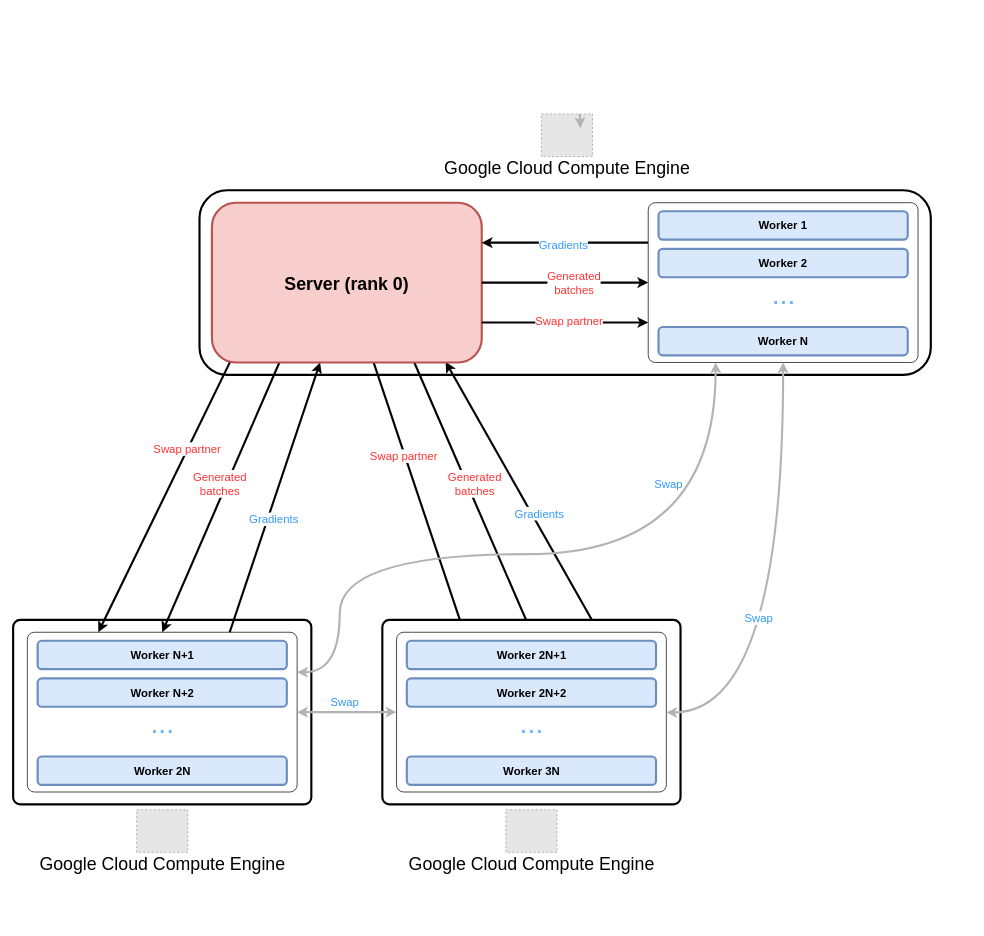
owengombas/distributed-gan keeps this draw.io diagram as report/images/architecture.drawio. Above is the earlier version. Source tidied: cells renumbered, new cells numbered last; positions are measured from the earlier drawing's top-left corner, leaving out a move shared by most shapes. Both pictures are drawn from the tidied source at 71%, with x=0, y=0 at pixel (13, 114). Pictures stored in the file or linked from it are replaced by grey dashed boxes.
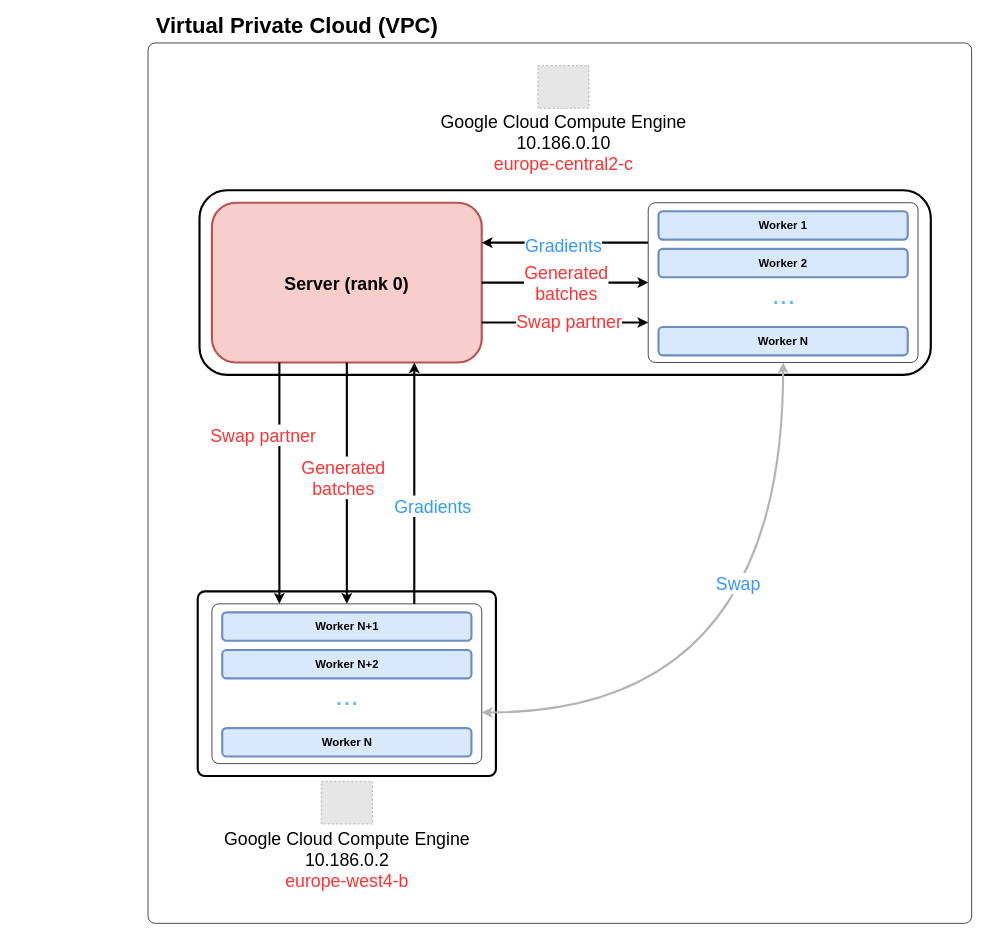
Above is the later version.

The change refers to these unchanged cells:
```xml
<mxCell id="38" value="&lt;b style=&quot;&quot;&gt;&lt;font style=&quot;font-size: 25px;&quot;&gt;Server (rank 0)&lt;/font&gt;&lt;/b&gt;" style="rounded=1;whiteSpace=wrap;html=1;strokeWidth=3;fillColor=#f8cecc;strokeColor=#b85450;fontSize=16;" parent="37" vertex="1">
  <mxGeometry width="380" height="225" as="geometry" />
</mxCell>
<mxCell id="39" style="edgeStyle=none;html=1;strokeWidth=3;fontSize=16;fontColor=#FF0000;startArrow=none;startFill=0;exitX=0;exitY=0.25;exitDx=0;exitDy=0;entryX=1;entryY=0.25;entryDx=0;entryDy=0;" parent="37" edge="1" source="46" target="38">
  <mxGeometry relative="1" as="geometry" />
</mxCell>
<mxCell id="41" style="edgeStyle=none;html=1;strokeWidth=3;fontSize=16;fontColor=#FF0000;startArrow=none;startFill=0;exitX=1;exitY=0.5;exitDx=0;exitDy=0;" parent="37" edge="1" source="38" target="46">
  <mxGeometry relative="1" as="geometry" />
</mxCell>
<mxCell id="43" style="edgeStyle=none;html=1;strokeWidth=3;fontSize=16;fontColor=#FF0000;startArrow=none;startFill=0;entryX=0;entryY=0.75;entryDx=0;entryDy=0;exitX=1;exitY=0.75;exitDx=0;exitDy=0;" parent="37" edge="1" source="38" target="46">
  <mxGeometry relative="1" as="geometry" />
</mxCell>
<mxCell id="46" style="rounded=1;whiteSpace=wrap;html=1;strokeWidth=1;fontSize=16;strokeColor=default;absoluteArcSize=1;" parent="45" vertex="1">
  <mxGeometry width="380" height="225" as="geometry" />
</mxCell>
<mxCell id="52" style="rounded=1;whiteSpace=wrap;html=1;strokeWidth=1;fontSize=16;strokeColor=default;absoluteArcSize=1;" parent="51" vertex="1">
  <mxGeometry width="380" height="225" as="geometry" />
</mxCell>
<mxCell id="57" style="edgeStyle=orthogonalEdgeStyle;html=1;fontSize=16;fontColor=#FF0000;startArrow=classic;startFill=1;strokeWidth=3;strokeColor=#B3B3B3;exitX=0.5;exitY=1;exitDx=0;exitDy=0;curved=1;" parent="1" edge="1" source="46" target="52">
  <mxGeometry relative="1" as="geometry">
    <Array as="points">
      <mxPoint x="1085" y="843" />
    </Array>
  </mxGeometry>
</mxCell>
```

The edit, as a diff of the source:
```diff
@@
+    <mxCell id="61" style="rounded=1;whiteSpace=wrap;html=1;fontSize=21;fontColor=#FF3333;imageAspect=1;absoluteArcSize=1;" parent="1" vertex="1">
+      <mxGeometry x="190" y="-100" width="1160" height="1240" as="geometry" />
+    </mxCell>
@@
-    <mxCell id="3" style="group;absoluteArcSize=1;" parent="1" vertex="1">
-      <mxGeometry x="190" y="710" width="230" height="262.5" as="geometry" />
-    </mxCell>
-    <mxCell id="4" style="rounded=1;whiteSpace=wrap;html=1;strokeWidth=3;absoluteArcSize=1;" parent="3" vertex="1">
-      <mxGeometry x="-190" y="2.5" width="420" height="260" as="geometry" />
-    </mxCell>
-    <mxCell id="5" style="group;" parent="3" vertex="1">
-      <mxGeometry x="-170" y="20" width="380" height="225" as="geometry" />
-    </mxCell>
-    <mxCell id="6" style="rounded=1;whiteSpace=wrap;html=1;strokeWidth=1;fontSize=16;strokeColor=default;absoluteArcSize=1;" parent="5" vertex="1">
-      <mxGeometry width="380" height="225" as="geometry" />
-    </mxCell>
-    <mxCell id="7" value="&lt;b&gt;Worker N+1&lt;/b&gt;" style="rounded=1;whiteSpace=wrap;html=1;strokeWidth=3;fillColor=#dae8fc;strokeColor=#6c8ebf;fontSize=16;" parent="5" vertex="1">
-      <mxGeometry x="14.5" y="12" width="351" height="40" as="geometry" />
-    </mxCell>
-    <mxCell id="8" value="&lt;b style=&quot;border-color: var(--border-color);&quot;&gt;Worker N+2&lt;/b&gt;" style="rounded=1;whiteSpace=wrap;html=1;strokeWidth=3;fillColor=#dae8fc;strokeColor=#6c8ebf;fontSize=16;" parent="5" vertex="1">
-      <mxGeometry x="14.5" y="65" width="351" height="40" as="geometry" />
-    </mxCell>
-    <mxCell id="9" value="&lt;b&gt;Worker 2N&lt;/b&gt;" style="rounded=1;whiteSpace=wrap;html=1;strokeWidth=3;fillColor=#dae8fc;strokeColor=#6c8ebf;fontSize=16;" parent="5" vertex="1">
-      <mxGeometry x="14.5" y="175" width="351" height="40" as="geometry" />
-    </mxCell>
-    <mxCell id="10" value="..." style="text;html=1;align=center;verticalAlign=middle;strokeColor=none;fillColor=none;fontSize=40;fontColor=#66B2FF;" parent="5" vertex="1">
-      <mxGeometry x="160" y="98" width="60" height="60" as="geometry" />
-    </mxCell>
-    <mxCell id="11" style="edgeStyle=none;html=1;strokeWidth=3;fontSize=16;fontColor=#FF0000;startArrow=none;startFill=0;exitX=0.75;exitY=0;exitDx=0;exitDy=0;" parent="1" edge="1" source="6" target="38">
-      <mxGeometry relative="1" as="geometry" />
-    </mxCell>
-    <mxCell id="12" value="&lt;font color=&quot;#3399ff&quot;&gt;Gradients&lt;/font&gt;" style="edgeLabel;html=1;align=center;verticalAlign=middle;fontSize=16;fontColor=#FF3333;" parent="11" vertex="1">
-      <mxGeometry x="0.02" y="3" relative="1" as="geometry">
-        <mxPoint y="35" as="offset" />
-      </mxGeometry>
-    </mxCell>
-    <mxCell id="13" style="edgeStyle=none;html=1;strokeWidth=3;fontSize=16;fontColor=#FF0000;startArrow=none;startFill=0;" parent="1" edge="1">
-      <mxGeometry relative="1" as="geometry">
-        <mxPoint x="310" y="340" as="sourcePoint" />
-        <mxPoint x="120" y="730" as="targetPoint" />
-      </mxGeometry>
-    </mxCell>
-    <mxCell id="14" value="Swap partner" style="edgeLabel;html=1;align=center;verticalAlign=middle;fontSize=16;fontColor=#FF3333;" parent="13" vertex="1">
-      <mxGeometry x="0.04" y="2" relative="1" as="geometry">
-        <mxPoint x="32" y="-73" as="offset" />
-      </mxGeometry>
-    </mxCell>
-    <mxCell id="15" style="edgeStyle=none;html=1;strokeWidth=3;fontSize=16;fontColor=#FF0000;startArrow=none;startFill=0;exitX=0.25;exitY=1;exitDx=0;exitDy=0;" parent="1" edge="1" source="38">
-      <mxGeometry relative="1" as="geometry">
-        <mxPoint x="210" y="730" as="targetPoint" />
-      </mxGeometry>
-    </mxCell>
-    <mxCell id="16" value="Generated&lt;br&gt;batches" style="edgeLabel;html=1;align=center;verticalAlign=middle;fontSize=16;fontColor=#FF3333;" parent="15" vertex="1">
-      <mxGeometry x="0.1" relative="1" as="geometry">
-        <mxPoint x="6" y="-39" as="offset" />
-      </mxGeometry>
-    </mxCell>
     <mxCell id="17" style="group;" parent="1" vertex="1">
-      <mxGeometry x="685" width="280" height="95" as="geometry" />
+      <mxGeometry x="680" y="-30" width="280" height="180" as="geometry" />
     </mxCell>
     <mxCell id="18" style="fillColor=#E6E6E6;strokeColor=#999999;dashed=1;verticalLabelPosition=bottom;labelBackgroundColor=default;verticalAlign=top;" parent="17" vertex="1">
-      <mxGeometry x="59" width="72" height="60" as="geometry" />
+      <mxGeometry x="59" y="-38" width="72" height="60" as="geometry" />
     </mxCell>
-    <mxCell id="19" value="&lt;font style=&quot;font-size: 25px;&quot;&gt;Google Cloud Compute Engine&lt;/font&gt;" style="text;html=1;align=center;verticalAlign=middle;strokeColor=none;fillColor=none;" parent="17" vertex="1">
-      <mxGeometry x="-90" y="55" width="370" height="40" as="geometry" />
+    <mxCell id="19" value="&lt;font style=&quot;font-size: 25px;&quot;&gt;Google Cloud Compute Engine&lt;br&gt;10.186.0.10&lt;br&gt;&lt;font color=&quot;#ff3333&quot;&gt;europe-central2-c&lt;br&gt;&lt;/font&gt;&lt;br&gt;&lt;/font&gt;" style="text;html=1;align=center;verticalAlign=middle;strokeColor=none;fillColor=none;" parent="17" vertex="1">
+      <mxGeometry x="-90" y="20" width="370" height="130" as="geometry" />
     </mxCell>
-    <mxCell id="20" style="edgeStyle=orthogonalEdgeStyle;curved=1;html=1;exitX=0.75;exitY=0;exitDx=0;exitDy=0;entryX=0.764;entryY=0.333;entryDx=0;entryDy=0;entryPerimeter=0;strokeColor=#B3B3B3;strokeWidth=3;fontSize=16;fontColor=#0000FF;startArrow=none;startFill=0;" parent="17" edge="1" source="18" target="18">
-      <mxGeometry relative="1" as="geometry" />
-    </mxCell>
     <mxCell id="21" style="group;" parent="1" vertex="1">
-      <mxGeometry x="710" y="710" width="230" height="365" as="geometry" />
+      <mxGeometry x="450" y="670" width="230" height="395" as="geometry" />
     </mxCell>
     <mxCell id="22" style="group;" parent="21" vertex="1">
-      <mxGeometry x="-75" y="270" width="280" height="95" as="geometry" />
+      <mxGeometry x="-75" y="270" width="280" height="125" as="geometry" />
     </mxCell>
@@
-    <mxCell id="24" value="&lt;font style=&quot;font-size: 25px;&quot;&gt;Google Cloud Compute Engine&lt;/font&gt;" style="text;html=1;align=center;verticalAlign=middle;strokeColor=none;fillColor=none;" parent="22" vertex="1">
-      <mxGeometry x="-90" y="55" width="370" height="40" as="geometry" />
-    </mxCell>
-    <mxCell id="25" style="edgeStyle=none;html=1;strokeWidth=3;fontSize=16;fontColor=#FF0000;startArrow=none;startFill=0;exitX=0.75;exitY=0;exitDx=0;exitDy=0;entryX=0.866;entryY=0.996;entryDx=0;entryDy=0;entryPerimeter=0;" parent="1" edge="1" target="38">
-      <mxGeometry relative="1" as="geometry">
-        <mxPoint x="825" y="730" as="sourcePoint" />
-      </mxGeometry>
-    </mxCell>
-    <mxCell id="26" value="&lt;font color=&quot;#3399ff&quot;&gt;Gradients&lt;/font&gt;" style="edgeLabel;html=1;align=center;verticalAlign=middle;fontSize=16;fontColor=#FF3333;" parent="25" vertex="1">
-      <mxGeometry x="0.02" y="3" relative="1" as="geometry">
-        <mxPoint x="28" y="25" as="offset" />
-      </mxGeometry>
-    </mxCell>
-    <mxCell id="27" style="edgeStyle=none;html=1;strokeWidth=3;fontSize=16;fontColor=#FF0000;startArrow=none;startFill=0;entryX=0.25;entryY=0;entryDx=0;entryDy=0;" parent="1" edge="1" source="38">
-      <mxGeometry relative="1" as="geometry">
-        <mxPoint x="635" y="730" as="targetPoint" />
-      </mxGeometry>
-    </mxCell>
-    <mxCell id="28" value="Swap partner" style="edgeLabel;html=1;align=center;verticalAlign=middle;fontSize=16;fontColor=#FF3333;" parent="27" vertex="1">
-      <mxGeometry x="0.04" y="2" relative="1" as="geometry">
-        <mxPoint x="-26" y="-65" as="offset" />
-      </mxGeometry>
-    </mxCell>
-    <mxCell id="29" style="edgeStyle=none;html=1;strokeWidth=3;fontSize=16;fontColor=#FF0000;startArrow=none;startFill=0;exitX=0.75;exitY=1;exitDx=0;exitDy=0;" parent="1" edge="1" source="38">
-      <mxGeometry relative="1" as="geometry">
-        <mxPoint x="730" y="730" as="targetPoint" />
-      </mxGeometry>
-    </mxCell>
-    <mxCell id="30" value="Generated&lt;br&gt;batches" style="edgeLabel;html=1;align=center;verticalAlign=middle;fontSize=16;fontColor=#FF3333;" parent="29" vertex="1">
-      <mxGeometry x="0.1" relative="1" as="geometry">
-        <mxPoint x="-6" y="-39" as="offset" />
-      </mxGeometry>
-    </mxCell>
-    <mxCell id="31" style="group;" parent="1" vertex="1">
-      <mxGeometry x="115" y="980" width="280" height="95" as="geometry" />
-    </mxCell>
-    <mxCell id="32" style="fillColor=#E6E6E6;strokeColor=#999999;dashed=1;verticalLabelPosition=bottom;labelBackgroundColor=default;verticalAlign=top;" parent="31" vertex="1">
-      <mxGeometry x="59" width="72" height="60" as="geometry" />
-    </mxCell>
-    <mxCell id="33" value="&lt;font style=&quot;font-size: 25px;&quot;&gt;Google Cloud Compute Engine&lt;/font&gt;" style="text;html=1;align=center;verticalAlign=middle;strokeColor=none;fillColor=none;" parent="31" vertex="1">
-      <mxGeometry x="-90" y="55" width="370" height="40" as="geometry" />
-    </mxCell>
-    <mxCell id="34" style="edgeStyle=orthogonalEdgeStyle;html=1;fontSize=16;fontColor=#FF0000;startArrow=classic;startFill=1;strokeWidth=3;strokeColor=#B3B3B3;exitX=0.25;exitY=1;exitDx=0;exitDy=0;curved=1;entryX=1;entryY=0.25;entryDx=0;entryDy=0;" parent="1" edge="1" source="46" target="6">
-      <mxGeometry relative="1" as="geometry">
-        <Array as="points">
-          <mxPoint x="990" y="620" />
-          <mxPoint x="460" y="620" />
-          <mxPoint x="460" y="786" />
-        </Array>
-      </mxGeometry>
-    </mxCell>
-    <mxCell id="35" value="Swap" style="edgeLabel;html=1;align=center;verticalAlign=middle;fontSize=16;fontColor=#3399FF;" parent="34" vertex="1">
-      <mxGeometry x="0.18" y="-2" relative="1" as="geometry">
-        <mxPoint x="268" y="-98" as="offset" />
-      </mxGeometry>
-    </mxCell>
     <mxCell id="36" style="rounded=1;whiteSpace=wrap;html=1;strokeWidth=3;absoluteArcSize=1;" parent="1" vertex="1">
-      <mxGeometry x="520" y="712.5" width="420" height="260" as="geometry" />
+      <mxGeometry x="260" y="672.5" width="420" height="260" as="geometry" />
     </mxCell>
@@
-    <mxCell id="40" value="&lt;font color=&quot;#3399ff&quot;&gt;Gradients&lt;/font&gt;" style="edgeLabel;html=1;align=center;verticalAlign=middle;fontSize=16;fontColor=#FF3333;" parent="39" vertex="1">
+    <mxCell id="40" value="&lt;font color=&quot;#3399ff&quot; style=&quot;font-size: 25px;&quot;&gt;Gradients&lt;/font&gt;" style="edgeLabel;html=1;align=center;verticalAlign=middle;fontSize=25;fontColor=#FF3333;" parent="39" vertex="1">
       <mxGeometry x="0.02" y="3" relative="1" as="geometry" />
     </mxCell>
@@
-    <mxCell id="42" value="Generated&lt;br&gt;batches" style="edgeLabel;html=1;align=center;verticalAlign=middle;fontSize=16;fontColor=#FF3333;" parent="41" vertex="1">
-      <mxGeometry x="0.1" relative="1" as="geometry" />
+    <mxCell id="42" value="Generated&lt;br style=&quot;font-size: 25px;&quot;&gt;batches" style="edgeLabel;html=1;align=center;verticalAlign=middle;fontSize=25;fontColor=#FF3333;" parent="41" vertex="1">
+      <mxGeometry x="0.1" relative="1" as="geometry">
+        <mxPoint x="-11" as="offset" />
+      </mxGeometry>
     </mxCell>
@@
-    <mxCell id="44" value="Swap partner" style="edgeLabel;html=1;align=center;verticalAlign=middle;fontSize=16;fontColor=#FF3333;" parent="43" vertex="1">
+    <mxCell id="44" value="Swap partner" style="edgeLabel;html=1;align=center;verticalAlign=middle;fontSize=25;fontColor=#FF3333;" parent="43" vertex="1">
       <mxGeometry x="0.04" y="2" relative="1" as="geometry" />
     </mxCell>
@@
     <mxCell id="51" style="group;" parent="1" vertex="1">
-      <mxGeometry x="540" y="730" width="380" height="225" as="geometry" />
+      <mxGeometry x="280" y="690" width="380" height="225" as="geometry" />
     </mxCell>
@@
-    <mxCell id="53" value="&lt;b&gt;Worker 2N+1&lt;/b&gt;" style="rounded=1;whiteSpace=wrap;html=1;strokeWidth=3;fillColor=#dae8fc;strokeColor=#6c8ebf;fontSize=16;" parent="51" vertex="1">
+    <mxCell id="53" value="&lt;b&gt;Worker N+1&lt;/b&gt;" style="rounded=1;whiteSpace=wrap;html=1;strokeWidth=3;fillColor=#dae8fc;strokeColor=#6c8ebf;fontSize=16;" parent="51" vertex="1">
       <mxGeometry x="14.5" y="12" width="351" height="40" as="geometry" />
     </mxCell>
-    <mxCell id="54" value="&lt;b style=&quot;border-color: var(--border-color);&quot;&gt;Worker 2N+2&lt;/b&gt;" style="rounded=1;whiteSpace=wrap;html=1;strokeWidth=3;fillColor=#dae8fc;strokeColor=#6c8ebf;fontSize=16;" parent="51" vertex="1">
+    <mxCell id="54" value="&lt;b style=&quot;border-color: var(--border-color);&quot;&gt;Worker N+2&lt;/b&gt;" style="rounded=1;whiteSpace=wrap;html=1;strokeWidth=3;fillColor=#dae8fc;strokeColor=#6c8ebf;fontSize=16;" parent="51" vertex="1">
       <mxGeometry x="14.5" y="65" width="351" height="40" as="geometry" />
     </mxCell>
-    <mxCell id="55" value="&lt;b&gt;Worker 3N&lt;/b&gt;" style="rounded=1;whiteSpace=wrap;html=1;strokeWidth=3;fillColor=#dae8fc;strokeColor=#6c8ebf;fontSize=16;" parent="51" vertex="1">
+    <mxCell id="55" value="&lt;b&gt;Worker N&lt;/b&gt;" style="rounded=1;whiteSpace=wrap;html=1;strokeWidth=3;fillColor=#dae8fc;strokeColor=#6c8ebf;fontSize=16;" parent="51" vertex="1">
       <mxGeometry x="14.5" y="175" width="351" height="40" as="geometry" />
     </mxCell>
@@
-    <mxCell id="58" value="Swap" style="edgeLabel;html=1;align=center;verticalAlign=middle;fontSize=16;fontColor=#3399FF;" parent="57" vertex="1">
+    <mxCell id="58" value="Swap" style="edgeLabel;html=1;align=center;verticalAlign=middle;fontSize=25;fontColor=#3399FF;" parent="57" vertex="1">
       <mxGeometry x="0.18" y="-2" relative="1" as="geometry">
-        <mxPoint x="-33" y="-29" as="offset" />
+        <mxPoint x="-16" y="-181" as="offset" />
       </mxGeometry>
     </mxCell>
-    <mxCell id="59" style="edgeStyle=none;html=1;fontSize=16;fontColor=#FF0000;startArrow=classic;startFill=1;strokeWidth=3;strokeColor=#B3B3B3;" parent="1" edge="1" source="52">
-      <mxGeometry relative="1" as="geometry">
-        <mxPoint x="400" y="842.5" as="targetPoint" />
-      </mxGeometry>
-    </mxCell>
-    <mxCell id="60" value="Swap" style="edgeLabel;html=1;align=center;verticalAlign=middle;fontSize=16;fontColor=#3399FF;" parent="59" vertex="1">
-      <mxGeometry x="0.18" y="-2" relative="1" as="geometry">
-        <mxPoint x="9" y="-13" as="offset" />
-      </mxGeometry>
-    </mxCell>
+    <mxCell id="25" style="edgeStyle=none;html=1;strokeWidth=3;fontSize=16;fontColor=#FF0000;startArrow=none;startFill=0;entryX=0.75;entryY=1;entryDx=0;entryDy=0;exitX=0.75;exitY=0;exitDx=0;exitDy=0;" parent="1" edge="1" source="52" target="38">
+      <mxGeometry relative="1" as="geometry" />
+    </mxCell>
+    <mxCell id="26" value="&lt;font color=&quot;#3399ff&quot; style=&quot;font-size: 25px;&quot;&gt;Gradients&lt;/font&gt;" style="edgeLabel;html=1;align=center;verticalAlign=middle;fontSize=25;fontColor=#FF3333;" parent="25" vertex="1">
+      <mxGeometry x="0.02" y="3" relative="1" as="geometry">
+        <mxPoint x="28" y="34" as="offset" />
+      </mxGeometry>
+    </mxCell>
+    <mxCell id="27" style="edgeStyle=none;html=1;strokeWidth=3;fontSize=16;fontColor=#FF0000;startArrow=none;startFill=0;exitX=0.25;exitY=1;exitDx=0;exitDy=0;entryX=0.25;entryY=0;entryDx=0;entryDy=0;" parent="1" edge="1" source="38" target="52">
+      <mxGeometry relative="1" as="geometry" />
+    </mxCell>
+    <mxCell id="28" value="Swap partner" style="edgeLabel;html=1;align=center;verticalAlign=middle;fontSize=25;fontColor=#FF3333;" parent="27" vertex="1">
+      <mxGeometry x="0.04" y="2" relative="1" as="geometry">
+        <mxPoint x="-26" y="-76" as="offset" />
+      </mxGeometry>
+    </mxCell>
+    <mxCell id="29" style="edgeStyle=none;html=1;strokeWidth=3;fontSize=16;fontColor=#FF0000;startArrow=none;startFill=0;exitX=0.5;exitY=1;exitDx=0;exitDy=0;entryX=0.5;entryY=0;entryDx=0;entryDy=0;" parent="1" edge="1" source="38" target="52">
+      <mxGeometry relative="1" as="geometry" />
+    </mxCell>
+    <mxCell id="30" value="Generated&lt;br style=&quot;font-size: 25px;&quot;&gt;batches" style="edgeLabel;html=1;align=center;verticalAlign=middle;fontSize=25;fontColor=#FF3333;" parent="29" vertex="1">
+      <mxGeometry x="0.1" relative="1" as="geometry">
+        <mxPoint x="-6" y="-26" as="offset" />
+      </mxGeometry>
+    </mxCell>
+    <mxCell id="24" value="&lt;span style=&quot;font-size: 25px;&quot;&gt;Google Cloud Compute Engine&lt;/span&gt;&lt;br style=&quot;border-color: var(--border-color); font-size: 25px;&quot;&gt;&lt;span style=&quot;font-size: 25px;&quot;&gt;10.186.0.2&lt;/span&gt;&lt;br style=&quot;border-color: var(--border-color); font-size: 25px;&quot;&gt;&lt;font style=&quot;border-color: var(--border-color); font-size: 25px;&quot; color=&quot;#ff3333&quot;&gt;europe-west4-b&lt;br style=&quot;border-color: var(--border-color);&quot;&gt;&lt;/font&gt;" style="text;html=1;align=center;verticalAlign=middle;strokeColor=none;fillColor=none;" parent="1" vertex="1">
+      <mxGeometry x="285" y="1000" width="370" height="100" as="geometry" />
+    </mxCell>
+    <mxCell id="62" value="Virtual Private Cloud (VPC)" style="text;html=1;strokeColor=none;fillColor=none;align=center;verticalAlign=middle;whiteSpace=wrap;rounded=0;fontSize=31;fontColor=#000000;fontStyle=1;" parent="1" vertex="1">
+      <mxGeometry x="190" y="-140" width="420" height="30" as="geometry" />
+    </mxCell>
```
